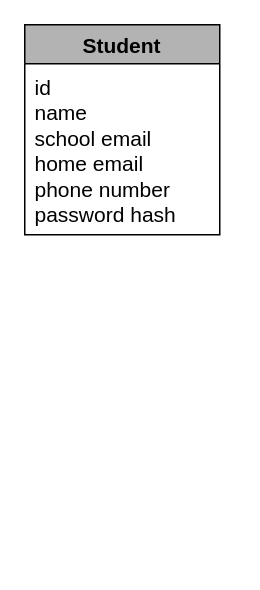
This is Course Project 1 Relational.drawio from invegat/COP5725, a draw.io file, before an edit. Source tidied: cells renumbered, new cells numbered last; positions are measured from the earlier drawing's top-left corner, leaving out a move shared by most shapes. Both pictures are drawn from the tidied source at 150%, with x=0, y=0 at pixel (24, 24).
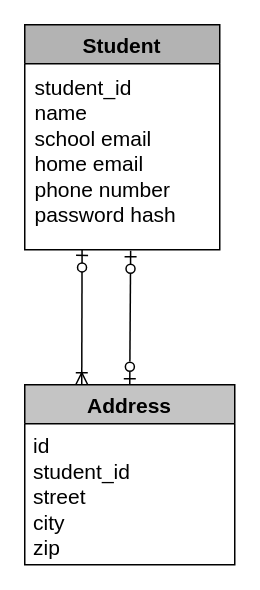
Above is the later version.

The edit, as a diff of the source:
```diff
@@
 <mxGraphModel>
   <root>
     <mxCell id="0" />
     <mxCell id="1" parent="0" />
     <mxCell id="2" value="Student" style="swimlane;fontStyle=1;horizontal=1;startSize=26;fillColor=#B3B3B3;labelBackgroundColor=none;fontSize=14;fontColor=default;" parent="1" vertex="1">
-      <mxGeometry width="130" height="140" as="geometry" />
+      <mxGeometry width="130" height="150" as="geometry" />
     </mxCell>
-    <mxCell id="3" value="id&#10;name&#10;school email&#10;home email&#10;phone number&#10;password hash" style="text;strokeColor=none;fillColor=none;align=left;verticalAlign=top;spacingLeft=4;spacingRight=4;overflow=hidden;points=[[0,0.5],[1,0.5]];portConstraint=eastwest;labelBackgroundColor=none;fontSize=14;fontColor=default;spacing=3;" parent="2" vertex="1">
-      <mxGeometry y="26" width="130" height="114" as="geometry" />
+    <mxCell id="3" value="student_id&#10;name&#10;school email&#10;home email&#10;phone number&#10;password hash" style="text;strokeColor=none;fillColor=none;align=left;verticalAlign=top;spacingLeft=4;spacingRight=4;overflow=hidden;points=[[0,0.5],[1,0.5]];portConstraint=eastwest;labelBackgroundColor=none;fontSize=14;fontColor=default;spacing=3;" parent="2" vertex="1">
+      <mxGeometry y="26" width="130" height="124" as="geometry" />
     </mxCell>
+    <mxCell id="4" value="Address" style="swimlane;fontStyle=1;horizontal=1;startSize=26;fillColor=#C4C4C4;labelBackgroundColor=none;fontSize=14;fontColor=default;" parent="1" vertex="1">
+      <mxGeometry y="240" width="140" height="120" as="geometry" />
+    </mxCell>
+    <mxCell id="5" value="id&#10;student_id&#10;street&#10;city&#10;zip" style="text;strokeColor=none;fillColor=none;align=left;verticalAlign=top;spacingLeft=4;spacingRight=4;overflow=hidden;labelBackgroundColor=none;fontSize=14;fontColor=default;" parent="4" vertex="1">
+      <mxGeometry y="26" width="140" height="94" as="geometry" />
+    </mxCell>
+    <mxCell id="6" style="fontSize=12;html=1;endArrow=ERzeroToOne;endFill=1;rounded=0;fontColor=default;startArrow=ERzeroToOne;startFill=0;exitX=0.5;exitY=0;exitDx=0;exitDy=0;entryX=0.543;entryY=1.005;entryDx=0;entryDy=0;entryPerimeter=0;" parent="1" edge="1" source="4" target="3">
+      <mxGeometry relative="1" as="geometry" />
+    </mxCell>
+    <mxCell id="7" style="fontSize=12;html=1;endArrow=ERzeroToOne;endFill=1;rounded=0;fontColor=default;entryX=0.294;entryY=0.998;entryDx=0;entryDy=0;entryPerimeter=0;startArrow=ERoneToMany;startFill=0;" parent="1" edge="1" target="3">
+      <mxGeometry relative="1" as="geometry">
+        <mxPoint x="38" y="240" as="sourcePoint" />
+      </mxGeometry>
+    </mxCell>
   </root>
 </mxGraphModel>
```
